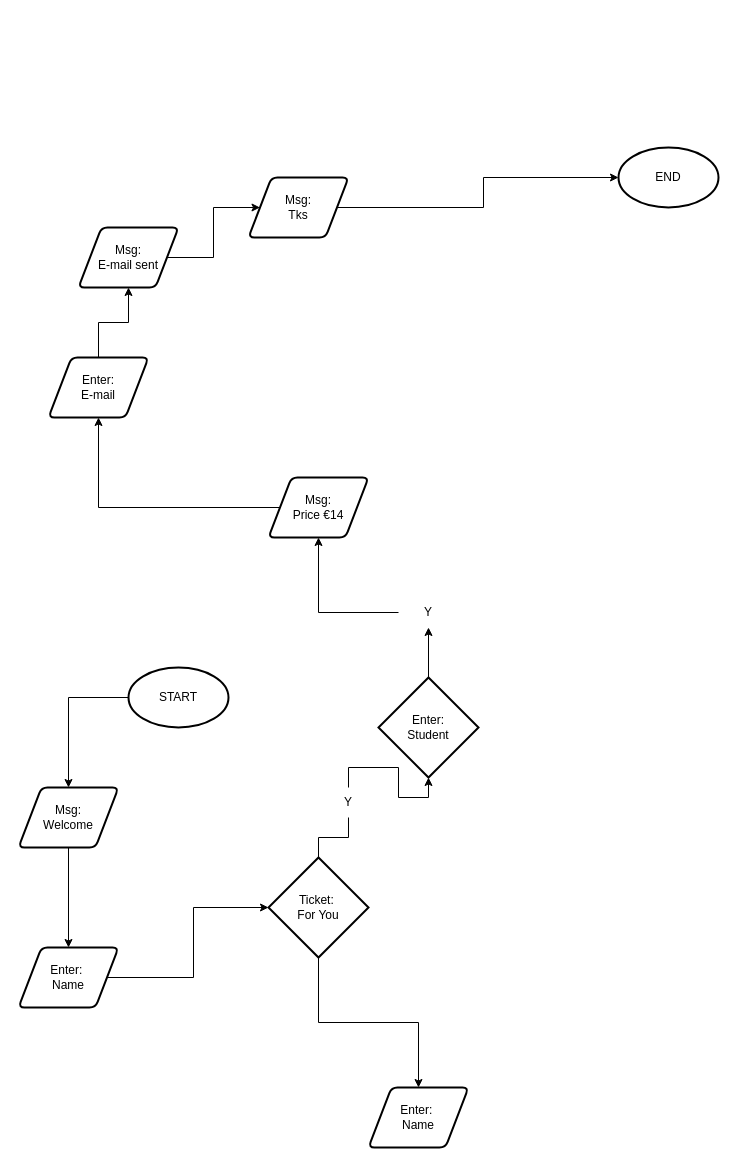
Above: js/Untitled Diagram.drawio in sergio-oliveira-br/NCI-CA-Web-Design (draw.io), before the change. Source tidied: cells renumbered, new cells numbered last; positions are measured from the earlier drawing's top-left corner, leaving out a move shared by most shapes. Both pictures are drawn from the tidied source at 100%, with x=0, y=0 at pixel (18, 147).
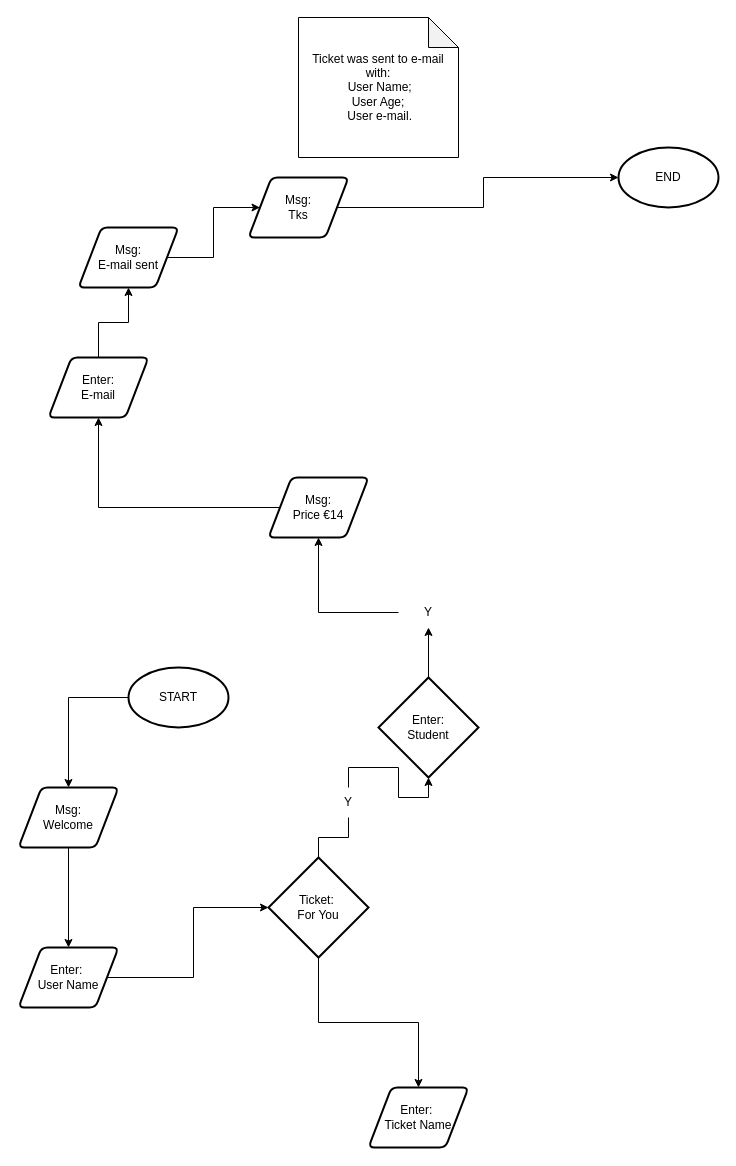
The same diagram, later.

What changed in the source:
```diff
@@
-    <mxCell id="6" value="Enter:&amp;nbsp;&lt;br&gt;Name" style="shape=parallelogram;html=1;strokeWidth=2;perimeter=parallelogramPerimeter;whiteSpace=wrap;rounded=1;arcSize=12;size=0.23;" parent="1" vertex="1">
+    <mxCell id="6" value="Enter:&amp;nbsp;&lt;br&gt;User Name" style="shape=parallelogram;html=1;strokeWidth=2;perimeter=parallelogramPerimeter;whiteSpace=wrap;rounded=1;arcSize=12;size=0.23;" parent="1" vertex="1">
       <mxGeometry y="800" width="100" height="60" as="geometry" />
     </mxCell>
@@
-    <mxCell id="26" value="Enter:&amp;nbsp;&lt;br&gt;Name" style="shape=parallelogram;html=1;strokeWidth=2;perimeter=parallelogramPerimeter;whiteSpace=wrap;rounded=1;arcSize=12;size=0.23;" parent="1" vertex="1">
+    <mxCell id="26" value="Enter:&amp;nbsp;&lt;br&gt;Ticket Name" style="shape=parallelogram;html=1;strokeWidth=2;perimeter=parallelogramPerimeter;whiteSpace=wrap;rounded=1;arcSize=12;size=0.23;" parent="1" vertex="1">
       <mxGeometry x="350" y="940" width="100" height="60" as="geometry" />
     </mxCell>
+    <mxCell id="27" value="Ticket was sent to e-mail with:&lt;br&gt;&amp;nbsp;User Name;&lt;br&gt;User Age;&lt;br&gt;&amp;nbsp;User e-mail." style="shape=note;whiteSpace=wrap;html=1;backgroundOutline=1;darkOpacity=0.05;" parent="1" vertex="1">
+      <mxGeometry x="280" y="-130" width="160" height="140" as="geometry" />
+    </mxCell>
```
